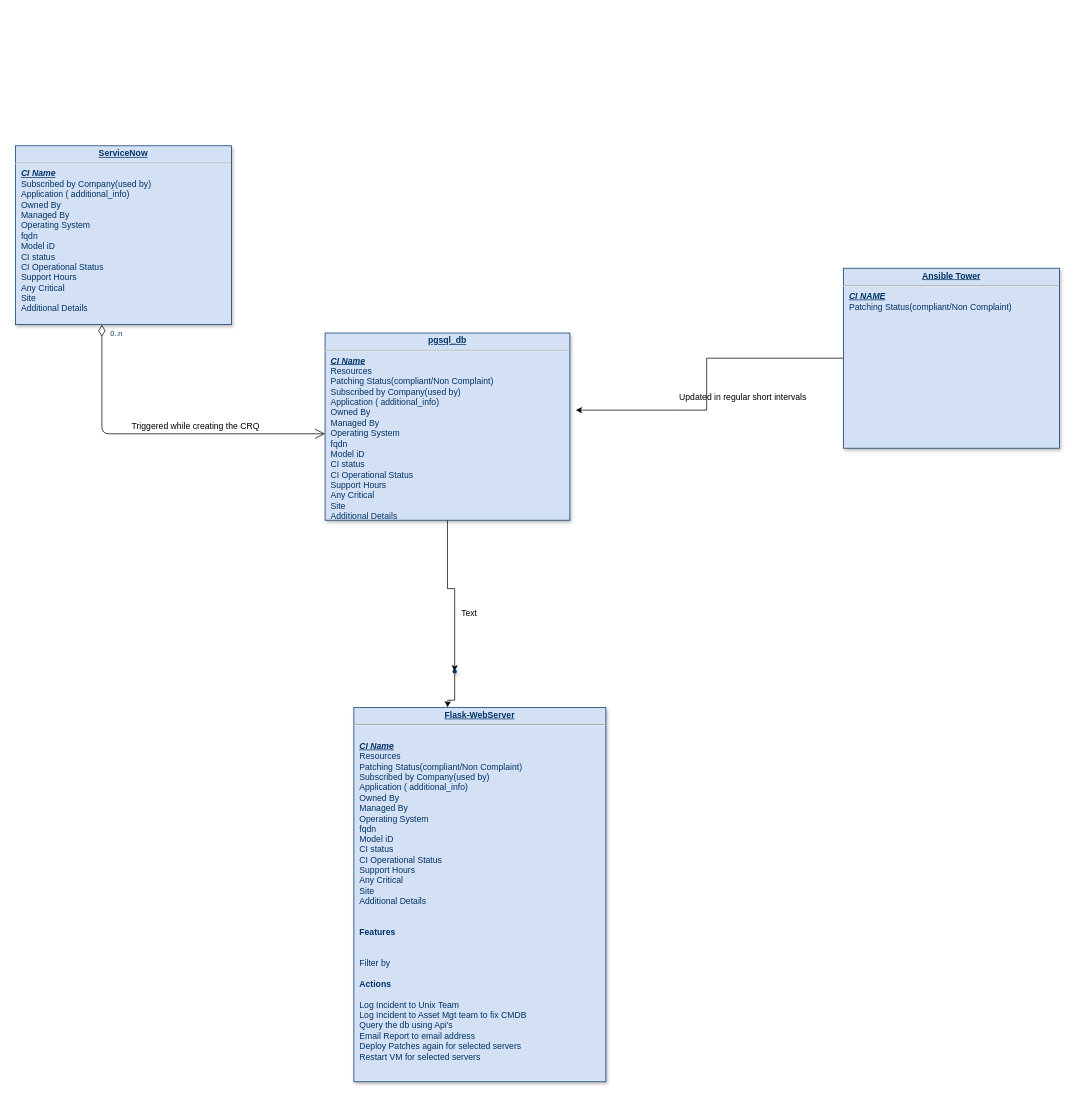
ajaypaulfrancis/ajpaul keeps this draw.io diagram as Untitled Diagram.drawio. Above is the earlier version. Source tidied: cells renumbered, new cells numbered last; positions are measured from the earlier drawing's top-left corner, leaving out a move shared by most shapes. Both pictures are drawn from the tidied source at 72%, with x=0, y=0 at pixel (15, 145).
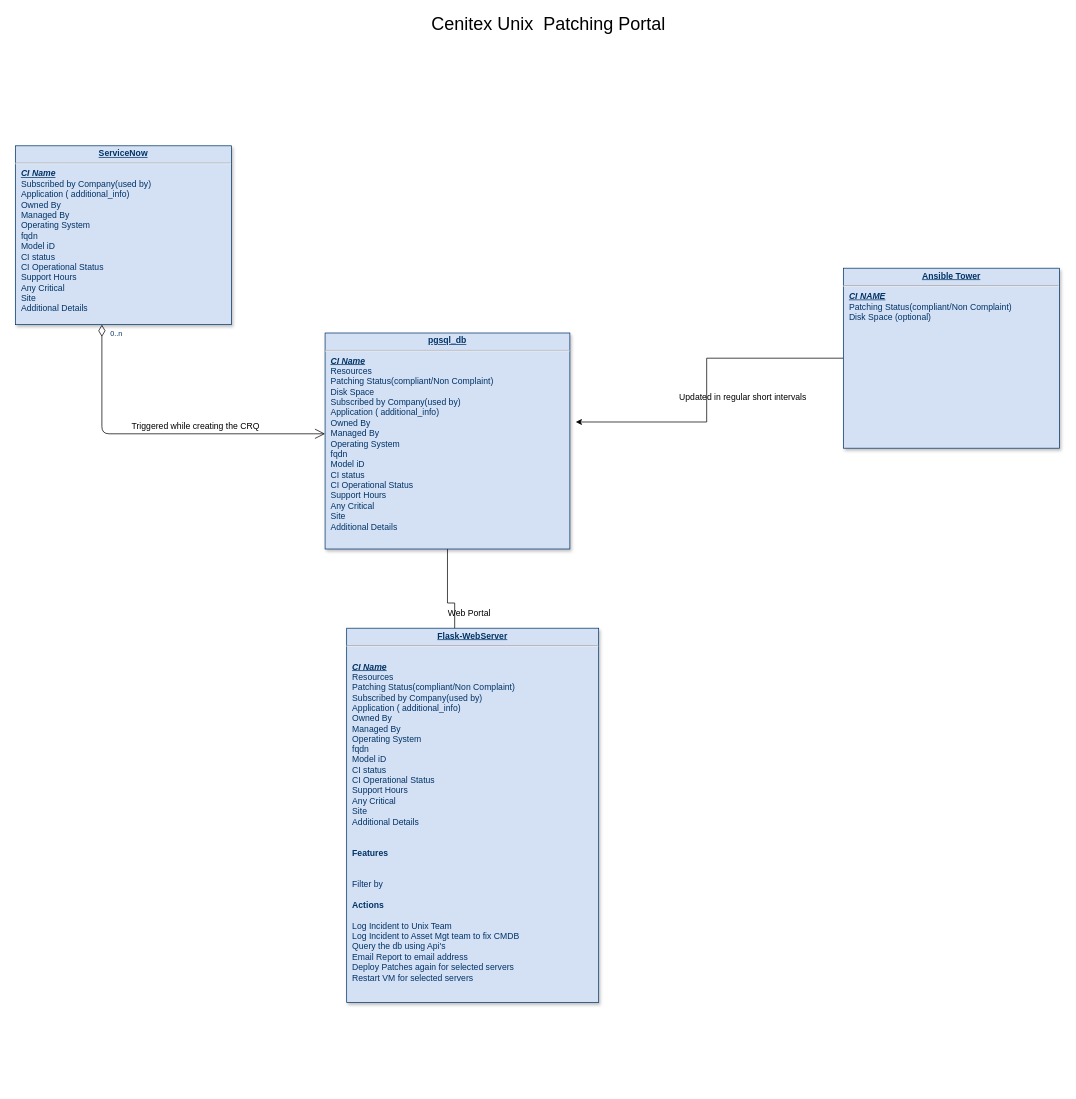
The same page after the edit.

Diff of the diagram source:
```diff
@@
-    <mxCell id="3" value="&lt;p style=&quot;margin: 0px ; margin-top: 4px ; text-align: center ; text-decoration: underline&quot;&gt;&lt;strong&gt;pgsql_db&lt;/strong&gt;&lt;/p&gt;&lt;hr&gt;&lt;p style=&quot;margin: 0px ; margin-left: 8px&quot;&gt;&lt;u style=&quot;font-weight: bold ; font-style: italic&quot;&gt;CI Name&lt;/u&gt;&lt;/p&gt;&lt;p style=&quot;margin: 0px ; margin-left: 8px&quot;&gt;Resources&lt;/p&gt;&lt;p style=&quot;margin: 0px 0px 0px 8px&quot;&gt;Patching Status(compliant/Non Complaint)&lt;/p&gt;&lt;p style=&quot;margin: 0px 0px 0px 8px&quot;&gt;&lt;span&gt;Subscribed by Company(used by)&lt;/span&gt;&lt;br&gt;&lt;/p&gt;&lt;p style=&quot;margin: 0px 0px 0px 8px&quot;&gt;Application ( additional_info)&lt;/p&gt;&lt;p style=&quot;margin: 0px 0px 0px 8px&quot;&gt;Owned By&lt;br&gt;&lt;/p&gt;&lt;p style=&quot;margin: 0px 0px 0px 8px&quot;&gt;Managed By&lt;/p&gt;&lt;p style=&quot;margin: 0px 0px 0px 8px&quot;&gt;Operating System&lt;/p&gt;&lt;p style=&quot;margin: 0px 0px 0px 8px&quot;&gt;fqdn&lt;/p&gt;&lt;p style=&quot;margin: 0px 0px 0px 8px&quot;&gt;Model iD&lt;/p&gt;&lt;p style=&quot;margin: 0px 0px 0px 8px&quot;&gt;CI status&lt;/p&gt;&lt;p style=&quot;margin: 0px 0px 0px 8px&quot;&gt;CI Operational Status&lt;/p&gt;&lt;p style=&quot;margin: 0px 0px 0px 8px&quot;&gt;Support Hours&lt;/p&gt;&lt;p style=&quot;margin: 0px 0px 0px 8px&quot;&gt;Any Critical&lt;/p&gt;&lt;p style=&quot;margin: 0px 0px 0px 8px&quot;&gt;Site&lt;/p&gt;&lt;p style=&quot;margin: 0px 0px 0px 8px&quot;&gt;Additional Details&lt;/p&gt;&lt;p style=&quot;margin: 0px ; margin-left: 8px&quot;&gt;&lt;br&gt;&lt;/p&gt;&lt;p style=&quot;margin: 0px ; margin-left: 8px&quot;&gt;&lt;br&gt;&lt;/p&gt;&lt;p style=&quot;margin: 0px ; margin-left: 8px&quot;&gt;&lt;br&gt;&lt;/p&gt;&lt;p style=&quot;margin: 0px ; margin-left: 8px&quot;&gt;&lt;br&gt;&lt;/p&gt;&lt;p style=&quot;margin: 0px ; margin-left: 8px&quot;&gt;&lt;br&gt;&lt;/p&gt;&lt;p style=&quot;margin: 0px ; margin-left: 8px&quot;&gt;&lt;br&gt;&lt;/p&gt;" style="verticalAlign=top;align=left;overflow=fill;fontSize=12;fontFamily=Helvetica;html=1;strokeColor=#003366;shadow=1;fillColor=#D4E1F5;fontColor=#003366;" parent="1" vertex="1">
-      <mxGeometry x="430" y="260" width="340" height="260" as="geometry" />
+    <mxCell id="3" value="&lt;p style=&quot;margin: 0px ; margin-top: 4px ; text-align: center ; text-decoration: underline&quot;&gt;&lt;strong&gt;pgsql_db&lt;/strong&gt;&lt;/p&gt;&lt;hr&gt;&lt;p style=&quot;margin: 0px ; margin-left: 8px&quot;&gt;&lt;u style=&quot;font-weight: bold ; font-style: italic&quot;&gt;CI Name&lt;/u&gt;&lt;/p&gt;&lt;p style=&quot;margin: 0px ; margin-left: 8px&quot;&gt;Resources&lt;/p&gt;&lt;p style=&quot;margin: 0px 0px 0px 8px&quot;&gt;Patching Status(compliant/Non Complaint)&lt;/p&gt;&lt;p style=&quot;margin: 0px 0px 0px 8px&quot;&gt;Disk Space&lt;/p&gt;&lt;p style=&quot;margin: 0px 0px 0px 8px&quot;&gt;&lt;span&gt;Subscribed by Company(used by)&lt;/span&gt;&lt;br&gt;&lt;/p&gt;&lt;p style=&quot;margin: 0px 0px 0px 8px&quot;&gt;Application ( additional_info)&lt;/p&gt;&lt;p style=&quot;margin: 0px 0px 0px 8px&quot;&gt;Owned By&lt;br&gt;&lt;/p&gt;&lt;p style=&quot;margin: 0px 0px 0px 8px&quot;&gt;Managed By&lt;/p&gt;&lt;p style=&quot;margin: 0px 0px 0px 8px&quot;&gt;Operating System&lt;/p&gt;&lt;p style=&quot;margin: 0px 0px 0px 8px&quot;&gt;fqdn&lt;/p&gt;&lt;p style=&quot;margin: 0px 0px 0px 8px&quot;&gt;Model iD&lt;/p&gt;&lt;p style=&quot;margin: 0px 0px 0px 8px&quot;&gt;CI status&lt;/p&gt;&lt;p style=&quot;margin: 0px 0px 0px 8px&quot;&gt;CI Operational Status&lt;/p&gt;&lt;p style=&quot;margin: 0px 0px 0px 8px&quot;&gt;Support Hours&lt;/p&gt;&lt;p style=&quot;margin: 0px 0px 0px 8px&quot;&gt;Any Critical&lt;/p&gt;&lt;p style=&quot;margin: 0px 0px 0px 8px&quot;&gt;Site&lt;/p&gt;&lt;p style=&quot;margin: 0px 0px 0px 8px&quot;&gt;Additional Details&lt;/p&gt;&lt;p style=&quot;margin: 0px ; margin-left: 8px&quot;&gt;&lt;br&gt;&lt;/p&gt;&lt;p style=&quot;margin: 0px ; margin-left: 8px&quot;&gt;&lt;br&gt;&lt;/p&gt;&lt;p style=&quot;margin: 0px ; margin-left: 8px&quot;&gt;&lt;br&gt;&lt;/p&gt;&lt;p style=&quot;margin: 0px ; margin-left: 8px&quot;&gt;&lt;br&gt;&lt;/p&gt;&lt;p style=&quot;margin: 0px ; margin-left: 8px&quot;&gt;&lt;br&gt;&lt;/p&gt;&lt;p style=&quot;margin: 0px ; margin-left: 8px&quot;&gt;&lt;br&gt;&lt;/p&gt;" style="verticalAlign=top;align=left;overflow=fill;fontSize=12;fontFamily=Helvetica;html=1;strokeColor=#003366;shadow=1;fillColor=#D4E1F5;fontColor=#003366;" parent="1" vertex="1">
+      <mxGeometry x="430" y="260" width="340" height="300" as="geometry" />
     </mxCell>
@@
-    <mxCell id="6" value="&lt;p style=&quot;margin: 0px ; margin-top: 4px ; text-align: center ; text-decoration: underline&quot;&gt;&lt;b&gt;Ansible Tower&lt;/b&gt;&lt;/p&gt;&lt;hr&gt;&lt;p style=&quot;margin: 0px ; margin-left: 8px&quot;&gt;&lt;b&gt;&lt;u&gt;&lt;i&gt;CI NAME&lt;/i&gt;&lt;/u&gt;&lt;/b&gt;&lt;/p&gt;&lt;p style=&quot;margin: 0px ; margin-left: 8px&quot;&gt;Patching Status(compliant/Non Complaint)&lt;/p&gt;&lt;p style=&quot;margin: 0px ; margin-left: 8px&quot;&gt;&lt;br&gt;&lt;/p&gt;&lt;p style=&quot;margin: 0px ; margin-left: 8px&quot;&gt;&lt;br&gt;&lt;/p&gt;" style="verticalAlign=top;align=left;overflow=fill;fontSize=12;fontFamily=Helvetica;html=1;strokeColor=#003366;shadow=1;fillColor=#D4E1F5;fontColor=#003366;" parent="1" vertex="1">
+    <mxCell id="6" value="&lt;p style=&quot;margin: 0px ; margin-top: 4px ; text-align: center ; text-decoration: underline&quot;&gt;&lt;b&gt;Ansible Tower&lt;/b&gt;&lt;/p&gt;&lt;hr&gt;&lt;p style=&quot;margin: 0px ; margin-left: 8px&quot;&gt;&lt;b&gt;&lt;u&gt;&lt;i&gt;CI NAME&lt;/i&gt;&lt;/u&gt;&lt;/b&gt;&lt;/p&gt;&lt;p style=&quot;margin: 0px ; margin-left: 8px&quot;&gt;Patching Status(compliant/Non Complaint)&lt;/p&gt;&lt;p style=&quot;margin: 0px ; margin-left: 8px&quot;&gt;Disk Space (optional)&lt;/p&gt;&lt;p style=&quot;margin: 0px ; margin-left: 8px&quot;&gt;&lt;br&gt;&lt;/p&gt;&lt;p style=&quot;margin: 0px ; margin-left: 8px&quot;&gt;&lt;br&gt;&lt;/p&gt;" style="verticalAlign=top;align=left;overflow=fill;fontSize=12;fontFamily=Helvetica;html=1;strokeColor=#003366;shadow=1;fillColor=#D4E1F5;fontColor=#003366;" parent="1" vertex="1">
       <mxGeometry x="1150" y="170" width="300" height="250" as="geometry" />
     </mxCell>
@@
-    <mxCell id="14" value="Text" style="text;html=1;align=center;verticalAlign=middle;strokeColor=none;" parent="1" vertex="1">
-      <mxGeometry x="610" y="640" width="40" height="20" as="geometry" />
+    <mxCell id="14" value="Web Portal" style="text;html=1;align=center;verticalAlign=middle;strokeColor=none;" parent="1" vertex="1">
+      <mxGeometry x="595" y="640" width="70" height="20" as="geometry" />
     </mxCell>
     <mxCell id="15" value="&lt;p style=&quot;margin: 0px ; margin-top: 4px ; text-align: center ; text-decoration: underline&quot;&gt;&lt;b&gt;Flask-WebServer&lt;/b&gt;&lt;/p&gt;&lt;hr&gt;&lt;p style=&quot;margin: 0px ; margin-left: 8px&quot;&gt;&lt;br&gt;&lt;/p&gt;&lt;p style=&quot;margin: 0px ; margin-left: 8px&quot;&gt;&lt;u style=&quot;font-weight: bold ; font-style: italic&quot;&gt;CI Name&lt;/u&gt;&lt;br&gt;&lt;/p&gt;&lt;p style=&quot;margin: 0px 0px 0px 8px&quot;&gt;Resources&lt;/p&gt;&lt;p style=&quot;margin: 0px 0px 0px 8px&quot;&gt;Patching Status(compliant/Non Complaint)&lt;/p&gt;&lt;p style=&quot;margin: 0px 0px 0px 8px&quot;&gt;Subscribed by Company(used by)&lt;br&gt;&lt;/p&gt;&lt;p style=&quot;margin: 0px 0px 0px 8px&quot;&gt;Application ( additional_info)&lt;/p&gt;&lt;p style=&quot;margin: 0px 0px 0px 8px&quot;&gt;Owned By&lt;br&gt;&lt;/p&gt;&lt;p style=&quot;margin: 0px 0px 0px 8px&quot;&gt;Managed By&lt;/p&gt;&lt;p style=&quot;margin: 0px 0px 0px 8px&quot;&gt;Operating System&lt;/p&gt;&lt;p style=&quot;margin: 0px 0px 0px 8px&quot;&gt;fqdn&lt;/p&gt;&lt;p style=&quot;margin: 0px 0px 0px 8px&quot;&gt;Model iD&lt;/p&gt;&lt;p style=&quot;margin: 0px 0px 0px 8px&quot;&gt;CI status&lt;/p&gt;&lt;p style=&quot;margin: 0px 0px 0px 8px&quot;&gt;CI Operational Status&lt;/p&gt;&lt;p style=&quot;margin: 0px 0px 0px 8px&quot;&gt;Support Hours&lt;/p&gt;&lt;p style=&quot;margin: 0px 0px 0px 8px&quot;&gt;Any Critical&lt;/p&gt;&lt;p style=&quot;margin: 0px 0px 0px 8px&quot;&gt;Site&lt;/p&gt;&lt;p style=&quot;margin: 0px 0px 0px 8px&quot;&gt;Additional Details&lt;/p&gt;&lt;p style=&quot;margin: 0px 0px 0px 8px&quot;&gt;&lt;br&gt;&lt;/p&gt;&lt;p style=&quot;margin: 0px 0px 0px 8px&quot;&gt;&lt;br&gt;&lt;/p&gt;&lt;p style=&quot;margin: 0px ; margin-left: 8px&quot;&gt;&lt;b&gt;Features&lt;/b&gt;&lt;/p&gt;&lt;p style=&quot;margin: 0px ; margin-left: 8px&quot;&gt;&lt;b&gt;&lt;br&gt;&lt;/b&gt;&lt;/p&gt;&lt;p style=&quot;margin: 0px ; margin-left: 8px&quot;&gt;&lt;b&gt;&lt;br&gt;&lt;/b&gt;&lt;/p&gt;&lt;p style=&quot;margin: 0px ; margin-left: 8px&quot;&gt;Filter by&lt;/p&gt;&lt;p style=&quot;margin: 0px ; margin-left: 8px&quot;&gt;&lt;br&gt;&lt;/p&gt;&lt;p style=&quot;margin: 0px ; margin-left: 8px&quot;&gt;&lt;b&gt;Actions&lt;/b&gt;&lt;/p&gt;&lt;p style=&quot;margin: 0px ; margin-left: 8px&quot;&gt;&lt;b&gt;&lt;br&gt;&lt;/b&gt;&lt;/p&gt;&lt;p style=&quot;margin: 0px ; margin-left: 8px&quot;&gt;Log Incident to Unix Team&lt;/p&gt;&lt;p style=&quot;margin: 0px ; margin-left: 8px&quot;&gt;Log Incident to Asset Mgt team to fix CMDB&lt;/p&gt;&lt;p style=&quot;margin: 0px ; margin-left: 8px&quot;&gt;Query the db using Api's&lt;/p&gt;&lt;p style=&quot;margin: 0px ; margin-left: 8px&quot;&gt;Email Report to email address&lt;/p&gt;&lt;p style=&quot;margin: 0px ; margin-left: 8px&quot;&gt;Deploy Patches again for selected servers&lt;/p&gt;&lt;p style=&quot;margin: 0px ; margin-left: 8px&quot;&gt;Restart VM for selected servers&lt;/p&gt;&lt;p style=&quot;margin: 0px ; margin-left: 8px&quot;&gt;&lt;br&gt;&lt;/p&gt;&lt;p style=&quot;margin: 0px ; margin-left: 8px&quot;&gt;&lt;br&gt;&lt;/p&gt;&lt;p style=&quot;margin: 0px ; margin-left: 8px&quot;&gt;&lt;br&gt;&lt;/p&gt;&lt;p style=&quot;margin: 0px ; margin-left: 8px&quot;&gt;&lt;br&gt;&lt;/p&gt;&lt;p style=&quot;margin: 0px ; margin-left: 8px&quot;&gt;&lt;br&gt;&lt;/p&gt;" style="verticalAlign=top;align=left;overflow=fill;fontSize=12;fontFamily=Helvetica;html=1;strokeColor=#003366;shadow=1;fillColor=#D4E1F5;fontColor=#003366;" parent="1" vertex="1">
-      <mxGeometry x="470" y="780" width="350" height="520" as="geometry" />
+      <mxGeometry x="460" y="670" width="350" height="520" as="geometry" />
     </mxCell>
+    <mxCell id="16" value="&lt;font style=&quot;font-size: 25px&quot;&gt;Cenitex Unix&amp;nbsp; Patching Portal&lt;/font&gt;" style="text;html=1;align=center;verticalAlign=middle;strokeColor=none;" parent="1" vertex="1">
+      <mxGeometry x="570" y="-180" width="340" height="20" as="geometry" />
+    </mxCell>
```
